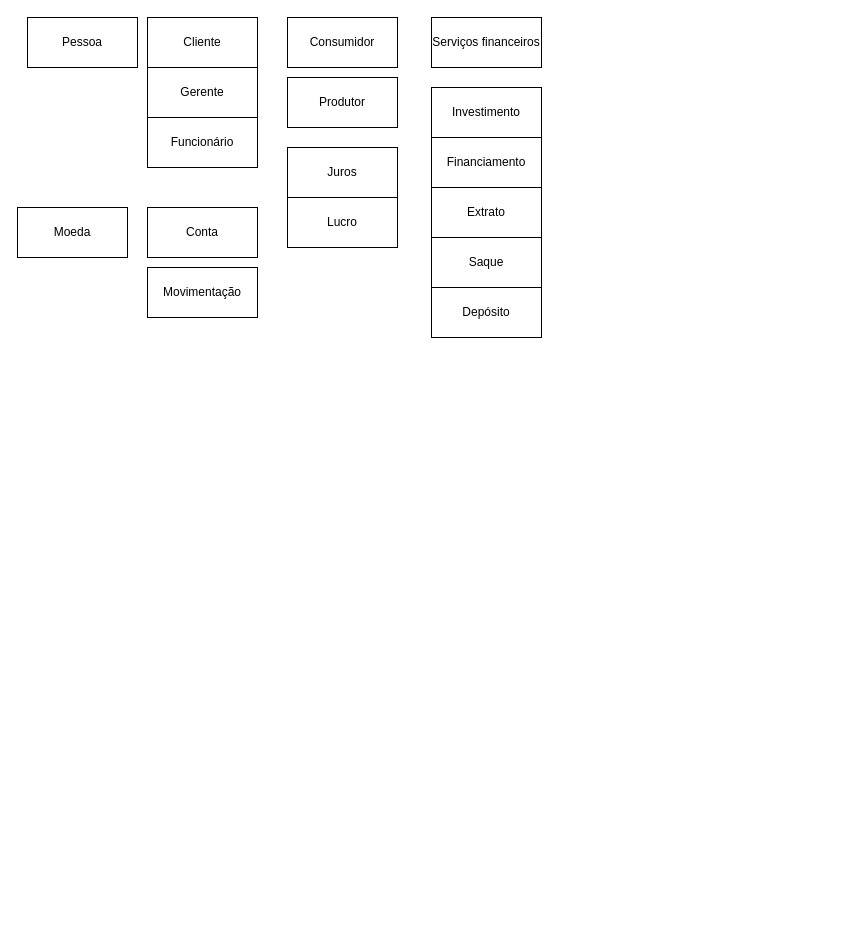
liliankelian/ON36-IJS-KLBank keeps this draw.io diagram as page "Objetos" (3 of 3) of docs/diagramas/Classes.drawio. Above is the earlier version. Source tidied: cells renumbered, new cells numbered last; positions are measured from the earlier drawing's top-left corner, leaving out a move shared by most shapes. Both pictures are drawn from the tidied source at 100%, with x=0, y=0 at pixel (17, 17).
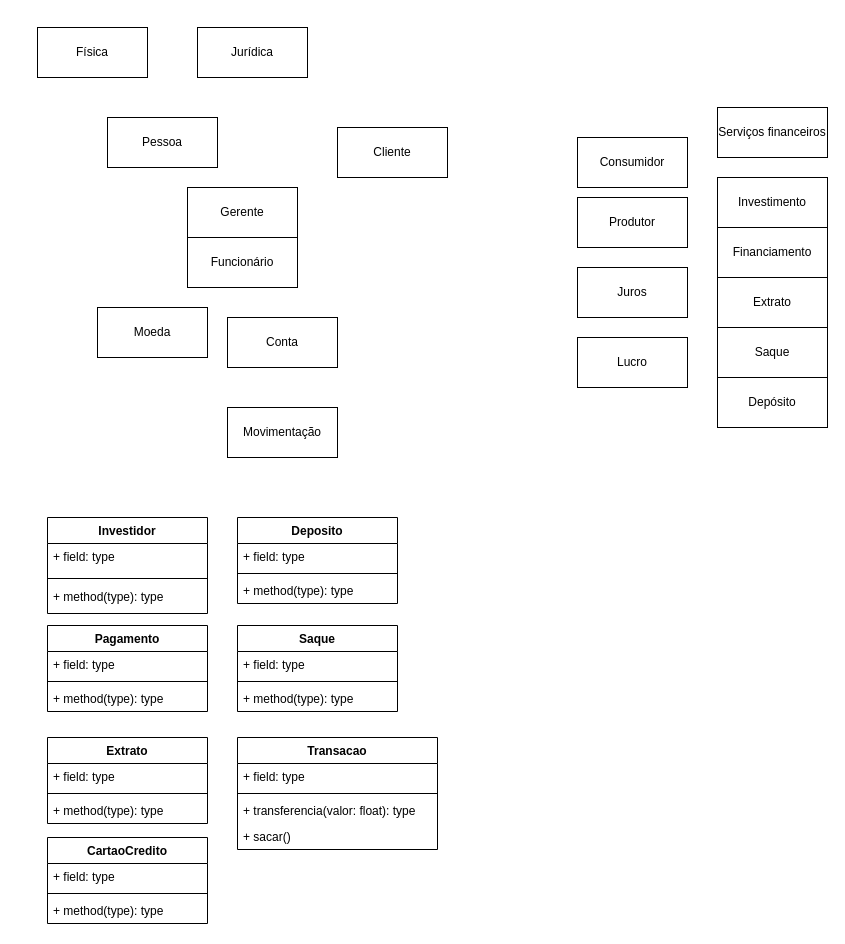
Above is the later version.

What changed in the source:
```diff
@@
     <mxCell id="2" value="Cliente" style="html=1;whiteSpace=wrap;" parent="1" vertex="1">
-      <mxGeometry x="130" width="110" height="50" as="geometry" />
+      <mxGeometry x="320" y="110" width="110" height="50" as="geometry" />
     </mxCell>
     <mxCell id="3" value="Conta" style="html=1;whiteSpace=wrap;" parent="1" vertex="1">
-      <mxGeometry x="130" y="190" width="110" height="50" as="geometry" />
+      <mxGeometry x="210" y="300" width="110" height="50" as="geometry" />
     </mxCell>
     <mxCell id="4" value="Pessoa" style="html=1;whiteSpace=wrap;" parent="1" vertex="1">
-      <mxGeometry x="10" width="110" height="50" as="geometry" />
+      <mxGeometry x="90" y="100" width="110" height="50" as="geometry" />
     </mxCell>
     <mxCell id="5" value="Moeda" style="html=1;whiteSpace=wrap;" parent="1" vertex="1">
-      <mxGeometry y="190" width="110" height="50" as="geometry" />
+      <mxGeometry x="80" y="290" width="110" height="50" as="geometry" />
     </mxCell>
     <mxCell id="6" value="Movimentação" style="html=1;whiteSpace=wrap;" parent="1" vertex="1">
-      <mxGeometry x="130" y="250" width="110" height="50" as="geometry" />
+      <mxGeometry x="210" y="390" width="110" height="50" as="geometry" />
     </mxCell>
     <mxCell id="7" value="Gerente" style="html=1;whiteSpace=wrap;" parent="1" vertex="1">
-      <mxGeometry x="130" y="50" width="110" height="50" as="geometry" />
+      <mxGeometry x="170" y="170" width="110" height="50" as="geometry" />
     </mxCell>
     <mxCell id="8" value="Funcionário" style="html=1;whiteSpace=wrap;" parent="1" vertex="1">
-      <mxGeometry x="130" y="100" width="110" height="50" as="geometry" />
+      <mxGeometry x="170" y="220" width="110" height="50" as="geometry" />
     </mxCell>
     <mxCell id="9" value="Financiamento" style="html=1;whiteSpace=wrap;" parent="1" vertex="1">
-      <mxGeometry x="414" y="120" width="110" height="50" as="geometry" />
+      <mxGeometry x="700" y="210" width="110" height="50" as="geometry" />
     </mxCell>
     <mxCell id="10" value="Investimento" style="html=1;whiteSpace=wrap;" parent="1" vertex="1">
-      <mxGeometry x="414" y="70" width="110" height="50" as="geometry" />
+      <mxGeometry x="700" y="160" width="110" height="50" as="geometry" />
     </mxCell>
     <mxCell id="11" value="Serviços financeiros" style="html=1;whiteSpace=wrap;" parent="1" vertex="1">
-      <mxGeometry x="414" width="110" height="50" as="geometry" />
+      <mxGeometry x="700" y="90" width="110" height="50" as="geometry" />
     </mxCell>
     <mxCell id="12" value="Juros" style="html=1;whiteSpace=wrap;" parent="1" vertex="1">
-      <mxGeometry x="270" y="130" width="110" height="50" as="geometry" />
+      <mxGeometry x="560" y="250" width="110" height="50" as="geometry" />
     </mxCell>
     <mxCell id="13" value="Lucro" style="html=1;whiteSpace=wrap;" parent="1" vertex="1">
-      <mxGeometry x="270" y="180" width="110" height="50" as="geometry" />
+      <mxGeometry x="560" y="320" width="110" height="50" as="geometry" />
     </mxCell>
     <mxCell id="14" value="Depósito" style="html=1;whiteSpace=wrap;" parent="1" vertex="1">
-      <mxGeometry x="414" y="270" width="110" height="50" as="geometry" />
+      <mxGeometry x="700" y="360" width="110" height="50" as="geometry" />
     </mxCell>
     <mxCell id="15" value="Saque" style="html=1;whiteSpace=wrap;" parent="1" vertex="1">
-      <mxGeometry x="414" y="220" width="110" height="50" as="geometry" />
+      <mxGeometry x="700" y="310" width="110" height="50" as="geometry" />
     </mxCell>
     <mxCell id="16" value="Extrato" style="html=1;whiteSpace=wrap;" parent="1" vertex="1">
-      <mxGeometry x="414" y="170" width="110" height="50" as="geometry" />
+      <mxGeometry x="700" y="260" width="110" height="50" as="geometry" />
     </mxCell>
     <mxCell id="17" value="Produtor" style="html=1;whiteSpace=wrap;" parent="1" vertex="1">
-      <mxGeometry x="270" y="60" width="110" height="50" as="geometry" />
+      <mxGeometry x="560" y="180" width="110" height="50" as="geometry" />
     </mxCell>
     <mxCell id="18" value="Consumidor" style="html=1;whiteSpace=wrap;" parent="1" vertex="1">
-      <mxGeometry x="270" width="110" height="50" as="geometry" />
+      <mxGeometry x="560" y="120" width="110" height="50" as="geometry" />
     </mxCell>
+    <mxCell id="19" value="Física" style="html=1;whiteSpace=wrap;" parent="1" vertex="1">
+      <mxGeometry x="20" y="10" width="110" height="50" as="geometry" />
+    </mxCell>
+    <mxCell id="20" value="Jurídica" style="html=1;whiteSpace=wrap;" parent="1" vertex="1">
+      <mxGeometry x="180" y="10" width="110" height="50" as="geometry" />
+    </mxCell>
+    <mxCell id="21" value="Pagamento" style="swimlane;fontStyle=1;align=center;verticalAlign=top;horizontal=1;startSize=26;whiteSpace=wrap;html=1;" parent="1" vertex="1">
+      <mxGeometry x="30" y="608" width="160" height="86" as="geometry" />
+    </mxCell>
+    <mxCell id="22" value="+ field: type" style="text;strokeColor=none;fillColor=none;align=left;verticalAlign=top;spacingLeft=4;spacingRight=4;overflow=hidden;whiteSpace=wrap;html=1;" parent="21" vertex="1">
+      <mxGeometry y="26" width="160" height="26" as="geometry" />
+    </mxCell>
+    <mxCell id="23" style="line;strokeWidth=1;fillColor=none;align=left;verticalAlign=middle;spacingTop=-1;spacingLeft=3;spacingRight=3;labelPosition=right;strokeColor=inherit;" parent="21" vertex="1">
+      <mxGeometry y="52" width="160" height="8" as="geometry" />
+    </mxCell>
+    <mxCell id="24" value="+ method(type): type" style="text;strokeColor=none;fillColor=none;align=left;verticalAlign=top;spacingLeft=4;spacingRight=4;overflow=hidden;whiteSpace=wrap;html=1;" parent="21" vertex="1">
+      <mxGeometry y="60" width="160" height="26" as="geometry" />
+    </mxCell>
+    <mxCell id="25" value="CartaoCredito" style="swimlane;fontStyle=1;align=center;verticalAlign=top;horizontal=1;startSize=26;whiteSpace=wrap;html=1;" parent="1" vertex="1">
+      <mxGeometry x="30" y="820" width="160" height="86" as="geometry" />
+    </mxCell>
+    <mxCell id="26" value="+ field: type" style="text;strokeColor=none;fillColor=none;align=left;verticalAlign=top;spacingLeft=4;spacingRight=4;overflow=hidden;whiteSpace=wrap;html=1;" parent="25" vertex="1">
+      <mxGeometry y="26" width="160" height="26" as="geometry" />
+    </mxCell>
+    <mxCell id="27" style="line;strokeWidth=1;fillColor=none;align=left;verticalAlign=middle;spacingTop=-1;spacingLeft=3;spacingRight=3;labelPosition=right;strokeColor=inherit;" parent="25" vertex="1">
+      <mxGeometry y="52" width="160" height="8" as="geometry" />
+    </mxCell>
+    <mxCell id="28" value="+ method(type): type" style="text;strokeColor=none;fillColor=none;align=left;verticalAlign=top;spacingLeft=4;spacingRight=4;overflow=hidden;whiteSpace=wrap;html=1;" parent="25" vertex="1">
+      <mxGeometry y="60" width="160" height="26" as="geometry" />
+    </mxCell>
+    <mxCell id="29" value="Extrato" style="swimlane;fontStyle=1;align=center;verticalAlign=top;horizontal=1;startSize=26;whiteSpace=wrap;html=1;" parent="1" vertex="1">
+      <mxGeometry x="30" y="720" width="160" height="86" as="geometry" />
+    </mxCell>
+    <mxCell id="30" value="+ field: type" style="text;strokeColor=none;fillColor=none;align=left;verticalAlign=top;spacingLeft=4;spacingRight=4;overflow=hidden;whiteSpace=wrap;html=1;" parent="29" vertex="1">
+      <mxGeometry y="26" width="160" height="26" as="geometry" />
+    </mxCell>
+    <mxCell id="31" style="line;strokeWidth=1;fillColor=none;align=left;verticalAlign=middle;spacingTop=-1;spacingLeft=3;spacingRight=3;labelPosition=right;strokeColor=inherit;" parent="29" vertex="1">
+      <mxGeometry y="52" width="160" height="8" as="geometry" />
+    </mxCell>
+    <mxCell id="32" value="+ method(type): type" style="text;strokeColor=none;fillColor=none;align=left;verticalAlign=top;spacingLeft=4;spacingRight=4;overflow=hidden;whiteSpace=wrap;html=1;" parent="29" vertex="1">
+      <mxGeometry y="60" width="160" height="26" as="geometry" />
+    </mxCell>
+    <mxCell id="33" value="Investidor" style="swimlane;fontStyle=1;align=center;verticalAlign=top;horizontal=1;startSize=26;whiteSpace=wrap;html=1;" parent="1" vertex="1">
+      <mxGeometry x="30" y="500" width="160" height="96" as="geometry" />
+    </mxCell>
+    <mxCell id="34" value="+ field: type" style="text;strokeColor=none;fillColor=none;align=left;verticalAlign=top;spacingLeft=4;spacingRight=4;overflow=hidden;whiteSpace=wrap;html=1;" parent="33" vertex="1">
+      <mxGeometry y="26" width="160" height="30" as="geometry" />
+    </mxCell>
+    <mxCell id="35" style="line;strokeWidth=1;fillColor=none;align=left;verticalAlign=middle;spacingTop=-1;spacingLeft=3;spacingRight=3;labelPosition=right;strokeColor=inherit;" parent="33" vertex="1">
+      <mxGeometry y="56" width="160" height="10" as="geometry" />
+    </mxCell>
+    <mxCell id="36" value="+ method(type): type" style="text;strokeColor=none;fillColor=none;align=left;verticalAlign=top;spacingLeft=4;spacingRight=4;overflow=hidden;whiteSpace=wrap;html=1;" parent="33" vertex="1">
+      <mxGeometry y="66" width="160" height="30" as="geometry" />
+    </mxCell>
+    <mxCell id="37" value="Deposito" style="swimlane;fontStyle=1;align=center;verticalAlign=top;horizontal=1;startSize=26;whiteSpace=wrap;html=1;" parent="1" vertex="1">
+      <mxGeometry x="220" y="500" width="160" height="86" as="geometry" />
+    </mxCell>
+    <mxCell id="38" value="+ field: type" style="text;strokeColor=none;fillColor=none;align=left;verticalAlign=top;spacingLeft=4;spacingRight=4;overflow=hidden;whiteSpace=wrap;html=1;" parent="37" vertex="1">
+      <mxGeometry y="26" width="160" height="26" as="geometry" />
+    </mxCell>
+    <mxCell id="39" style="line;strokeWidth=1;fillColor=none;align=left;verticalAlign=middle;spacingTop=-1;spacingLeft=3;spacingRight=3;labelPosition=right;strokeColor=inherit;" parent="37" vertex="1">
+      <mxGeometry y="52" width="160" height="8" as="geometry" />
+    </mxCell>
+    <mxCell id="40" value="+ method(type): type" style="text;strokeColor=none;fillColor=none;align=left;verticalAlign=top;spacingLeft=4;spacingRight=4;overflow=hidden;whiteSpace=wrap;html=1;" parent="37" vertex="1">
+      <mxGeometry y="60" width="160" height="26" as="geometry" />
+    </mxCell>
+    <mxCell id="41" value="Saque" style="swimlane;fontStyle=1;align=center;verticalAlign=top;horizontal=1;startSize=26;whiteSpace=wrap;html=1;" parent="1" vertex="1">
+      <mxGeometry x="220" y="608" width="160" height="86" as="geometry" />
+    </mxCell>
+    <mxCell id="42" value="+ field: type" style="text;strokeColor=none;fillColor=none;align=left;verticalAlign=top;spacingLeft=4;spacingRight=4;overflow=hidden;whiteSpace=wrap;html=1;" parent="41" vertex="1">
+      <mxGeometry y="26" width="160" height="26" as="geometry" />
+    </mxCell>
+    <mxCell id="43" style="line;strokeWidth=1;fillColor=none;align=left;verticalAlign=middle;spacingTop=-1;spacingLeft=3;spacingRight=3;labelPosition=right;strokeColor=inherit;" parent="41" vertex="1">
+      <mxGeometry y="52" width="160" height="8" as="geometry" />
+    </mxCell>
+    <mxCell id="44" value="+ method(type): type" style="text;strokeColor=none;fillColor=none;align=left;verticalAlign=top;spacingLeft=4;spacingRight=4;overflow=hidden;whiteSpace=wrap;html=1;" parent="41" vertex="1">
+      <mxGeometry y="60" width="160" height="26" as="geometry" />
+    </mxCell>
+    <mxCell id="45" value="Transacao" style="swimlane;fontStyle=1;align=center;verticalAlign=top;horizontal=1;startSize=26;whiteSpace=wrap;html=1;" parent="1" vertex="1">
+      <mxGeometry x="220" y="720" width="200" height="112" as="geometry" />
+    </mxCell>
+    <mxCell id="46" value="+ field: type" style="text;strokeColor=none;fillColor=none;align=left;verticalAlign=top;spacingLeft=4;spacingRight=4;overflow=hidden;whiteSpace=wrap;html=1;" parent="45" vertex="1">
+      <mxGeometry y="26" width="200" height="26" as="geometry" />
+    </mxCell>
+    <mxCell id="47" style="line;strokeWidth=1;fillColor=none;align=left;verticalAlign=middle;spacingTop=-1;spacingLeft=3;spacingRight=3;labelPosition=right;strokeColor=inherit;" parent="45" vertex="1">
+      <mxGeometry y="52" width="200" height="8" as="geometry" />
+    </mxCell>
+    <mxCell id="48" value="+ transferencia(valor: float): type" style="text;strokeColor=none;fillColor=none;align=left;verticalAlign=top;spacingLeft=4;spacingRight=4;overflow=hidden;whiteSpace=wrap;html=1;" parent="45" vertex="1">
+      <mxGeometry y="60" width="200" height="26" as="geometry" />
+    </mxCell>
+    <mxCell id="49" value="+ sacar()" style="text;strokeColor=none;fillColor=none;align=left;verticalAlign=top;spacingLeft=4;spacingRight=4;overflow=hidden;whiteSpace=wrap;html=1;" parent="45" vertex="1">
+      <mxGeometry y="86" width="200" height="26" as="geometry" />
+    </mxCell>
```
